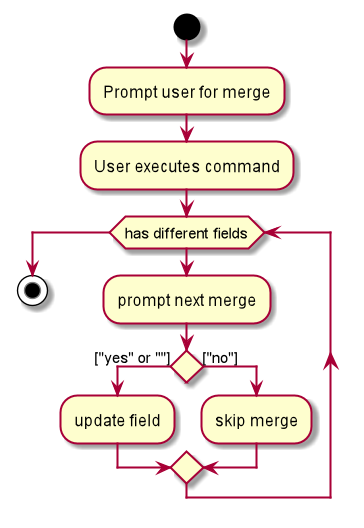
The PlantUML diagram docs/images/MergeActivityDiagram.png in chowyiyin/main, before a commit. Source of this version:
```plantuml
@startuml
start

:Prompt user for merge;
:User executes command;

while (has different fields)
    :prompt next merge;
    if () then (["yes" or ""])

    :update field;

    else (["no"])

    :skip merge;

    endif
endwhile
stop
@enduml
```
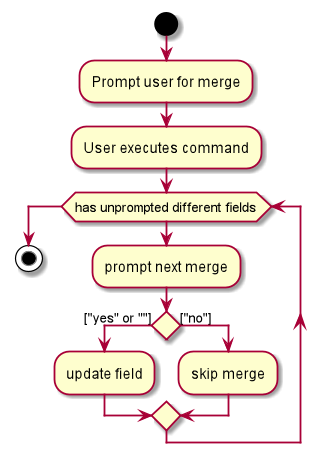
Later version of the same file.

Diff of the diagram source:
```diff
@@ -4,7 +4,7 @@
 :Prompt user for merge;
 :User executes command;
 
-while (has different fields)
+while (has unprompted different fields)
     :prompt next merge;
     if () then (["yes" or ""])
 
```
